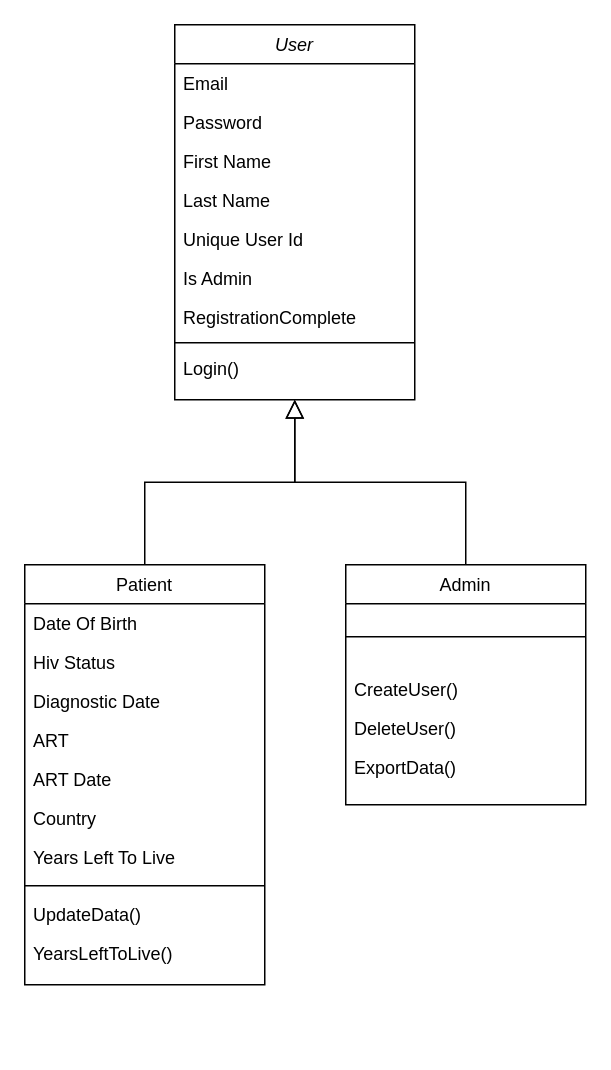
The draw.io diagram Assignment_Class_Diagram.drawio in ronn13/CmuSipGahinga1, before the edit. Source tidied: cells renumbered, new cells numbered last; positions are measured from the earlier drawing's top-left corner, leaving out a move shared by most shapes. Both pictures are drawn from the tidied source at 150%, with x=0, y=0 at pixel (24, 24).
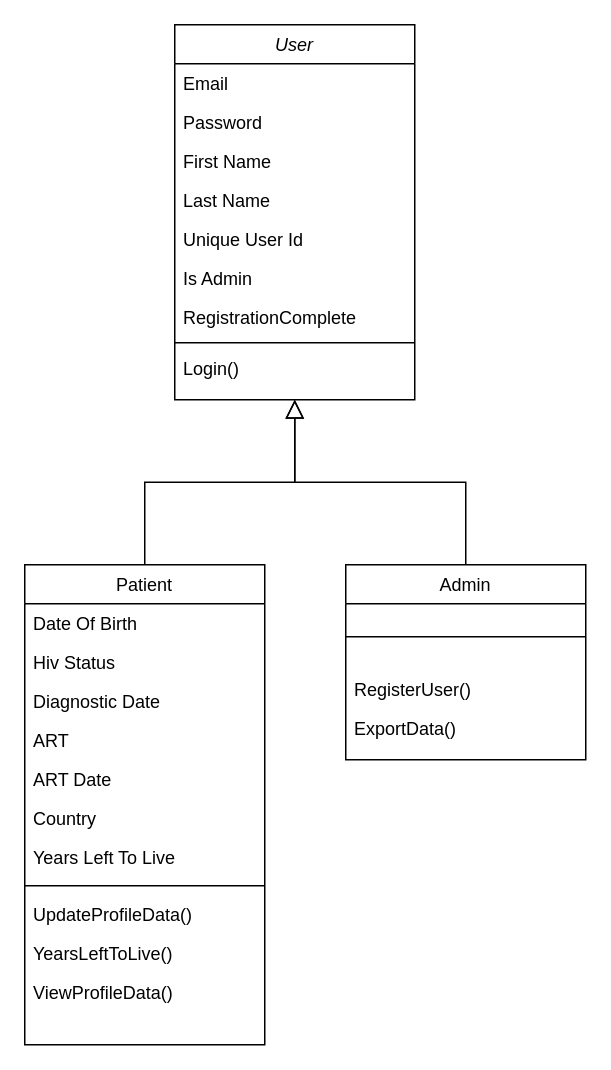
Above is the later version.

Commit message (it also covers changes not shown here):
Activity Diagram first draft uploaded

The edit, as a diff of the source:
```diff
@@
     <mxCell id="12" value="Patient" style="swimlane;fontStyle=0;align=center;verticalAlign=top;horizontal=1;startSize=26;rounded=0;shadow=0;strokeWidth=1;" parent="1" vertex="1">
-      <mxGeometry y="360" width="160" height="280" as="geometry" />
+      <mxGeometry y="360" width="160" height="320" as="geometry" />
     </mxCell>
@@
-    <mxCell id="21" value="UpdateData()" style="text;align=left;verticalAlign=top;spacingLeft=4;spacingRight=4;overflow=hidden;" parent="12" vertex="1">
+    <mxCell id="21" value="UpdateProfileData()" style="text;align=left;verticalAlign=top;spacingLeft=4;spacingRight=4;overflow=hidden;" parent="12" vertex="1">
       <mxGeometry y="220" width="160" height="26" as="geometry" />
     </mxCell>
@@
+    <mxCell id="30" value="ViewProfileData()" style="text;align=left;verticalAlign=top;spacingLeft=4;spacingRight=4;overflow=hidden;rounded=0;shadow=0;html=0;" parent="12" vertex="1">
+      <mxGeometry y="272" width="160" height="26" as="geometry" />
+    </mxCell>
@@
     <mxCell id="24" value="Admin" style="swimlane;fontStyle=0;align=center;verticalAlign=top;horizontal=1;startSize=26;rounded=0;shadow=0;strokeWidth=1;" parent="1" vertex="1">
-      <mxGeometry x="214" y="360" width="160" height="160" as="geometry" />
+      <mxGeometry x="214" y="360" width="160" height="130" as="geometry" />
     </mxCell>
@@
-    <mxCell id="26" value="CreateUser()" style="text;align=left;verticalAlign=top;spacingLeft=4;spacingRight=4;overflow=hidden;" parent="24" vertex="1">
+    <mxCell id="26" value="RegisterUser()" style="text;align=left;verticalAlign=top;spacingLeft=4;spacingRight=4;overflow=hidden;" parent="24" vertex="1">
       <mxGeometry y="70" width="160" height="26" as="geometry" />
     </mxCell>
-    <mxCell id="27" value="DeleteUser()" style="text;align=left;verticalAlign=top;spacingLeft=4;spacingRight=4;overflow=hidden;" parent="24" vertex="1">
-      <mxGeometry y="96" width="160" height="26" as="geometry" />
-    </mxCell>
     <mxCell id="28" value="ExportData()" style="text;align=left;verticalAlign=top;spacingLeft=4;spacingRight=4;overflow=hidden;" parent="24" vertex="1">
-      <mxGeometry y="122" width="160" height="26" as="geometry" />
+      <mxGeometry y="96" width="160" height="28" as="geometry" />
     </mxCell>
```
